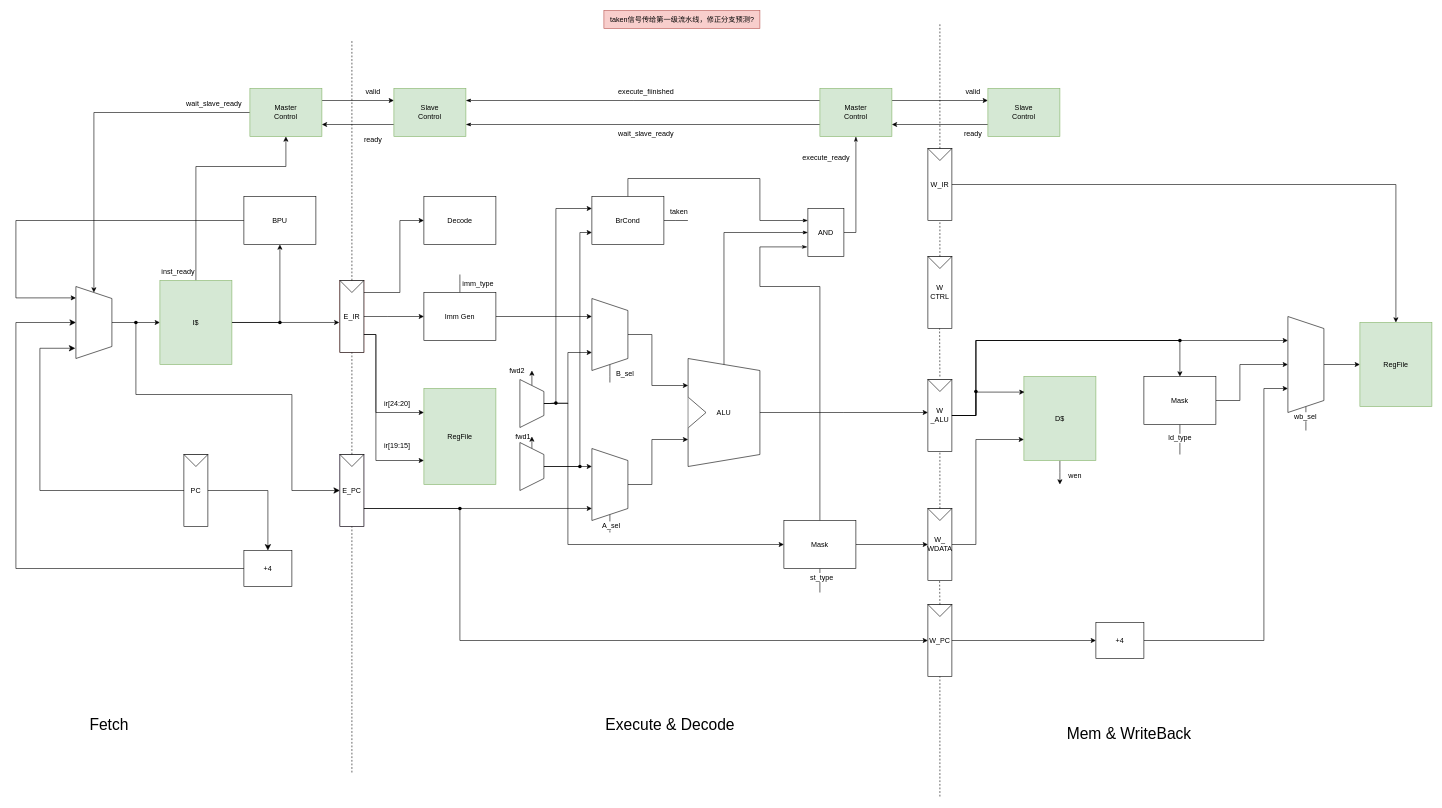
This is doc/hiacpu.drawio from HiasArchProj/hiacpu, a draw.io file, before an edit. Source tidied: cells renumbered, new cells numbered last; positions are measured from the earlier drawing's top-left corner, leaving out a move shared by most shapes. Both pictures are drawn from the tidied source at 60%, with x=0, y=0 at pixel (16, 10).
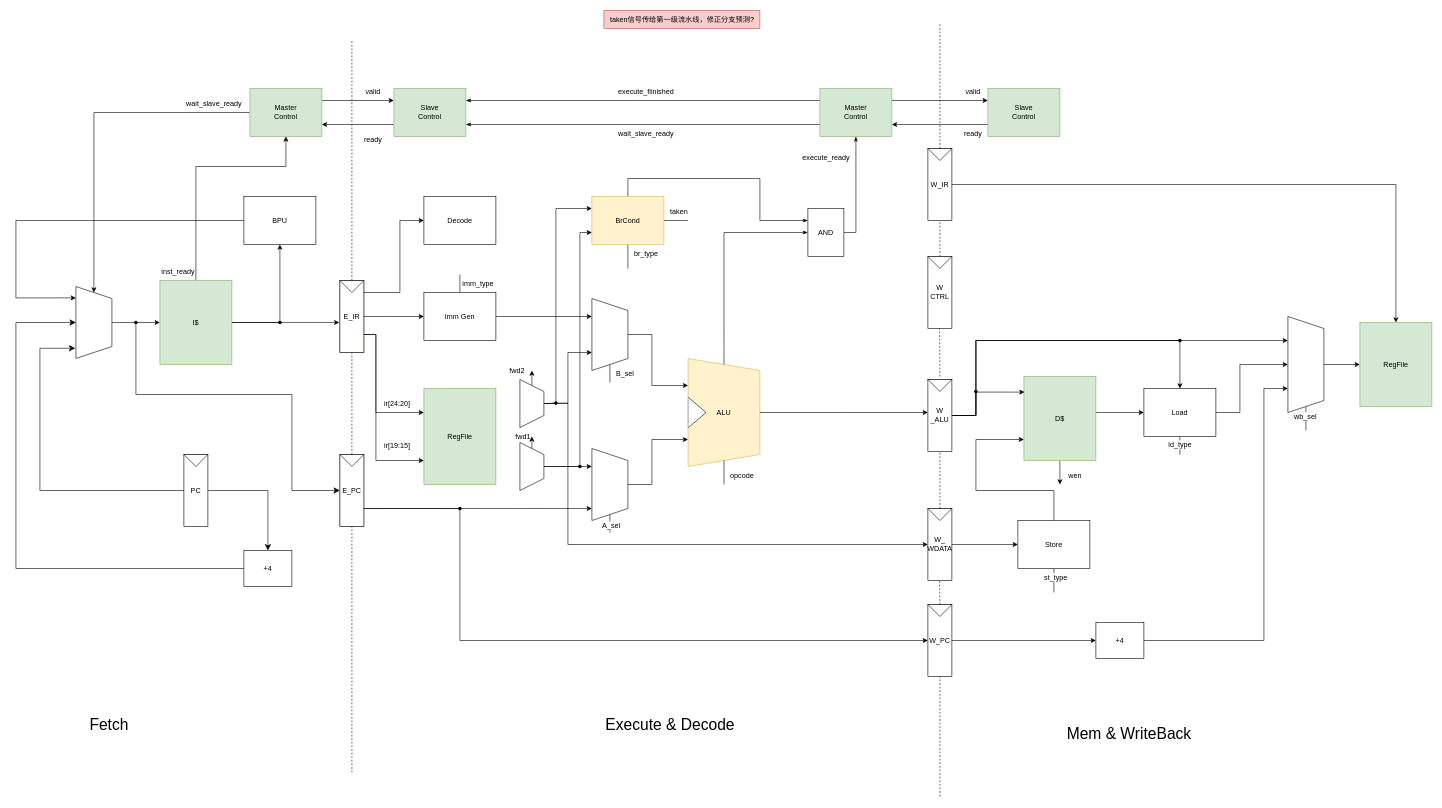
The same page after the edit.

The change refers to these unchanged cells:
```xml
<mxCell id="42" style="group;" parent="1" vertex="1">
  <mxGeometry x="1120" y="580" width="120" height="180" as="geometry" />
</mxCell>
<mxCell id="60" value="D$" style="rounded=0;whiteSpace=wrap;html=1;fillColor=#d5e8d4;strokeColor=#82b366;" parent="1" vertex="1">
  <mxGeometry x="1680" y="610" width="120" height="140" as="geometry" />
</mxCell>
<mxCell id="70" style="shape=trapezoid;perimeter=trapezoidPerimeter;whiteSpace=wrap;html=1;fixedSize=1;direction=south;" parent="1" vertex="1">
  <mxGeometry x="2120" y="510" width="60" height="160" as="geometry" />
</mxCell>
<mxCell id="112" style="shape=waypoint;sketch=0;fillStyle=solid;size=6;points=[];fillColor=none;perimeter=centerPerimeter;snapToPoint=1;fontSize=12;" parent="1" vertex="1">
  <mxGeometry x="890" y="644.3" width="20" height="20" as="geometry" />
</mxCell>
<mxCell id="132" value="W_&lt;br&gt;WDATA" style="rounded=0;whiteSpace=wrap;html=1;direction=south;" parent="131" vertex="1">
  <mxGeometry width="40" height="120" as="geometry" />
</mxCell>
<mxCell id="153" style="verticalLabelPosition=bottom;shadow=0;dashed=0;align=center;html=1;verticalAlign=top;shape=mxgraph.electrical.iec_logic_gates.and;fontSize=12;" parent="1" vertex="1">
  <mxGeometry x="1320" y="330" width="60" height="80" as="geometry" />
</mxCell>
```

What changed in the source:
```diff
@@
-    <mxCell id="24" style="edgeStyle=orthogonalEdgeStyle;rounded=0;html=1;entryX=0;entryY=0.5;entryDx=0;entryDy=0;fontSize=12;startArrow=none;" parent="1" edge="1" source="112" target="41">
+    <mxCell id="24" style="edgeStyle=orthogonalEdgeStyle;rounded=0;html=1;entryX=0.5;entryY=1;entryDx=0;entryDy=0;fontSize=12;startArrow=none;" parent="1" edge="1" source="112" target="132">
       <mxGeometry relative="1" as="geometry">
         <Array as="points">
-          <mxPoint x="920" y="655" />
+          <mxPoint x="920" y="654" />
           <mxPoint x="920" y="890" />
         </Array>
       </mxGeometry>
     </mxCell>
@@
+    <mxCell id="158" style="edgeStyle=none;html=1;endArrow=none;endFill=0;" parent="1" edge="1" source="29">
+      <mxGeometry relative="1" as="geometry">
+        <mxPoint x="1020" y="430" as="targetPoint" />
+      </mxGeometry>
+    </mxCell>
-    <mxCell id="29" value="BrCond" style="rounded=0;whiteSpace=wrap;html=1;" parent="1" vertex="1">
+    <mxCell id="29" value="BrCond" style="rounded=0;whiteSpace=wrap;html=1;fillColor=#fff2cc;strokeColor=#d6b656;" parent="1" vertex="1">
       <mxGeometry x="960" y="310" width="120" height="80" as="geometry" />
     </mxCell>
@@
-    <mxCell id="37" style="edgeStyle=orthogonalEdgeStyle;rounded=0;html=1;exitX=0.5;exitY=1;exitDx=0;exitDy=0;fontSize=12;endArrow=none;endFill=0;" parent="1" edge="1" source="41">
-      <mxGeometry relative="1" as="geometry">
-        <mxPoint x="1340" y="970" as="targetPoint" />
-      </mxGeometry>
-    </mxCell>
-    <mxCell id="38" value="st_type" style="edgeLabel;html=1;align=center;verticalAlign=middle;fontSize=12;" parent="37" vertex="1">
-      <mxGeometry x="-0.29" y="2" relative="1" as="geometry" />
-    </mxCell>
-    <mxCell id="39" style="edgeStyle=orthogonalEdgeStyle;rounded=0;html=1;exitX=1;exitY=0.5;exitDx=0;exitDy=0;fontSize=12;entryX=0.5;entryY=1;entryDx=0;entryDy=0;" parent="1" edge="1" source="41" target="132">
-      <mxGeometry relative="1" as="geometry" />
-    </mxCell>
-    <mxCell id="40" style="edgeStyle=orthogonalEdgeStyle;rounded=0;html=1;exitX=0.5;exitY=0;exitDx=0;exitDy=0;fontSize=12;endArrow=classicThin;endFill=1;entryX=-0.017;entryY=0.8;entryDx=0;entryDy=0;entryPerimeter=0;" parent="1" edge="1" source="41" target="153">
-      <mxGeometry relative="1" as="geometry">
-        <Array as="points">
-          <mxPoint x="1340" y="460" />
-          <mxPoint x="1240" y="460" />
-          <mxPoint x="1240" y="394" />
-        </Array>
-      </mxGeometry>
-    </mxCell>
-    <mxCell id="41" value="Mask" style="rounded=0;whiteSpace=wrap;html=1;" parent="1" vertex="1">
-      <mxGeometry x="1280" y="850" width="120" height="80" as="geometry" />
-    </mxCell>
@@
-    <mxCell id="43" value="ALU" style="shape=trapezoid;perimeter=trapezoidPerimeter;whiteSpace=wrap;html=1;fixedSize=1;direction=south;" parent="42" vertex="1">
+    <mxCell id="43" value="ALU" style="shape=trapezoid;perimeter=trapezoidPerimeter;whiteSpace=wrap;html=1;fixedSize=1;direction=south;fillColor=#fff2cc;strokeColor=#d6b656;" parent="42" vertex="1">
       <mxGeometry x="0.3" width="119.7" height="180" as="geometry" />
     </mxCell>
@@
+    <mxCell id="159" style="edgeStyle=none;html=1;entryX=0;entryY=0.5;entryDx=0;entryDy=0;" parent="1" edge="1" target="64">
+      <mxGeometry relative="1" as="geometry">
+        <mxPoint x="1800" y="670" as="sourcePoint" />
+      </mxGeometry>
+    </mxCell>
@@
     <mxCell id="61" style="edgeStyle=orthogonalEdgeStyle;rounded=0;html=1;entryX=0.5;entryY=1;entryDx=0;entryDy=0;fontSize=12;" parent="1" edge="1" source="64" target="70">
       <mxGeometry relative="1" as="geometry">
         <Array as="points">
-          <mxPoint x="2040" y="650" />
+          <mxPoint x="2040" y="670" />
           <mxPoint x="2040" y="590" />
         </Array>
       </mxGeometry>
     </mxCell>
@@
-    <mxCell id="64" value="Mask" style="rounded=0;whiteSpace=wrap;html=1;" parent="1" vertex="1">
-      <mxGeometry x="1880" y="610" width="120" height="80" as="geometry" />
+    <mxCell id="64" value="Load" style="rounded=0;whiteSpace=wrap;html=1;" parent="1" vertex="1">
+      <mxGeometry x="1880" y="630" width="120" height="80" as="geometry" />
     </mxCell>
@@
-    <mxCell id="134" style="edgeStyle=orthogonalEdgeStyle;rounded=0;html=1;exitX=0.5;exitY=0;exitDx=0;exitDy=0;entryX=0;entryY=0.75;entryDx=0;entryDy=0;fontSize=12;" parent="1" edge="1" source="132" target="60">
-      <mxGeometry relative="1" as="geometry">
-        <Array as="points">
-          <mxPoint x="1600" y="890" />
-          <mxPoint x="1600" y="715" />
-        </Array>
-      </mxGeometry>
-    </mxCell>
@@
+    <mxCell id="160" style="edgeStyle=none;html=1;endArrow=none;endFill=0;" parent="1" edge="1" source="43">
+      <mxGeometry relative="1" as="geometry">
+        <mxPoint x="1180.2" y="790" as="targetPoint" />
+      </mxGeometry>
+    </mxCell>
+    <mxCell id="161" value="opcode" style="text;html=1;align=center;verticalAlign=middle;strokeColor=none;fillColor=none;" parent="1" vertex="1">
+      <mxGeometry x="1180" y="760" width="60" height="30" as="geometry" />
+    </mxCell>
+    <mxCell id="162" value="br_type" style="text;html=1;align=center;verticalAlign=middle;strokeColor=none;fillColor=none;" parent="1" vertex="1">
+      <mxGeometry x="1020" y="390" width="60" height="30" as="geometry" />
+    </mxCell>
+    <mxCell id="163" style="edgeStyle=orthogonalEdgeStyle;rounded=0;html=1;exitX=0.5;exitY=1;exitDx=0;exitDy=0;fontSize=12;endArrow=none;endFill=0;" parent="1" edge="1" source="165">
+      <mxGeometry relative="1" as="geometry">
+        <mxPoint x="1730" y="970" as="targetPoint" />
+      </mxGeometry>
+    </mxCell>
+    <mxCell id="38" value="st_type" style="edgeLabel;html=1;align=center;verticalAlign=middle;fontSize=12;" parent="163" vertex="1">
+      <mxGeometry x="-0.29" y="2" relative="1" as="geometry" />
+    </mxCell>
+    <mxCell id="164" style="edgeStyle=orthogonalEdgeStyle;html=1;entryX=0;entryY=0.75;entryDx=0;entryDy=0;rounded=0;" parent="1" edge="1" source="165" target="60">
+      <mxGeometry relative="1" as="geometry">
+        <Array as="points">
+          <mxPoint x="1730" y="800" />
+          <mxPoint x="1600" y="800" />
+          <mxPoint x="1600" y="715" />
+        </Array>
+      </mxGeometry>
+    </mxCell>
+    <mxCell id="165" value="Store" style="rounded=0;whiteSpace=wrap;html=1;" parent="1" vertex="1">
+      <mxGeometry x="1670" y="850" width="120" height="80" as="geometry" />
+    </mxCell>
+    <mxCell id="166" style="edgeStyle=none;html=1;entryX=0;entryY=0.5;entryDx=0;entryDy=0;" parent="1" edge="1" source="132" target="165">
+      <mxGeometry relative="1" as="geometry" />
+    </mxCell>
```
